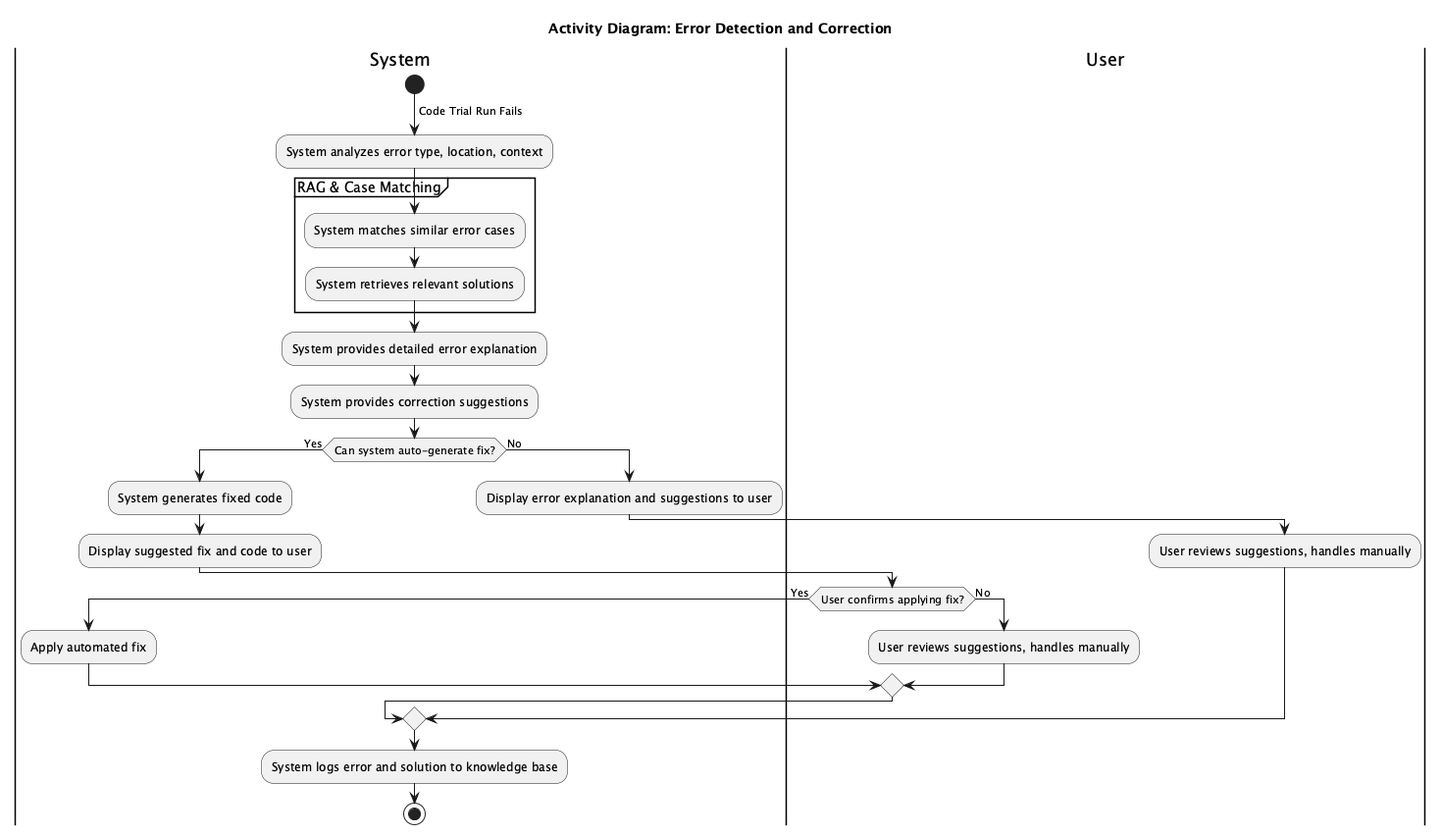
stepbystepcode/CodeWay keeps this PlantUML diagram as latex/UML/Activity/Error-Detection-and-Correction.png. Above is the earlier version.
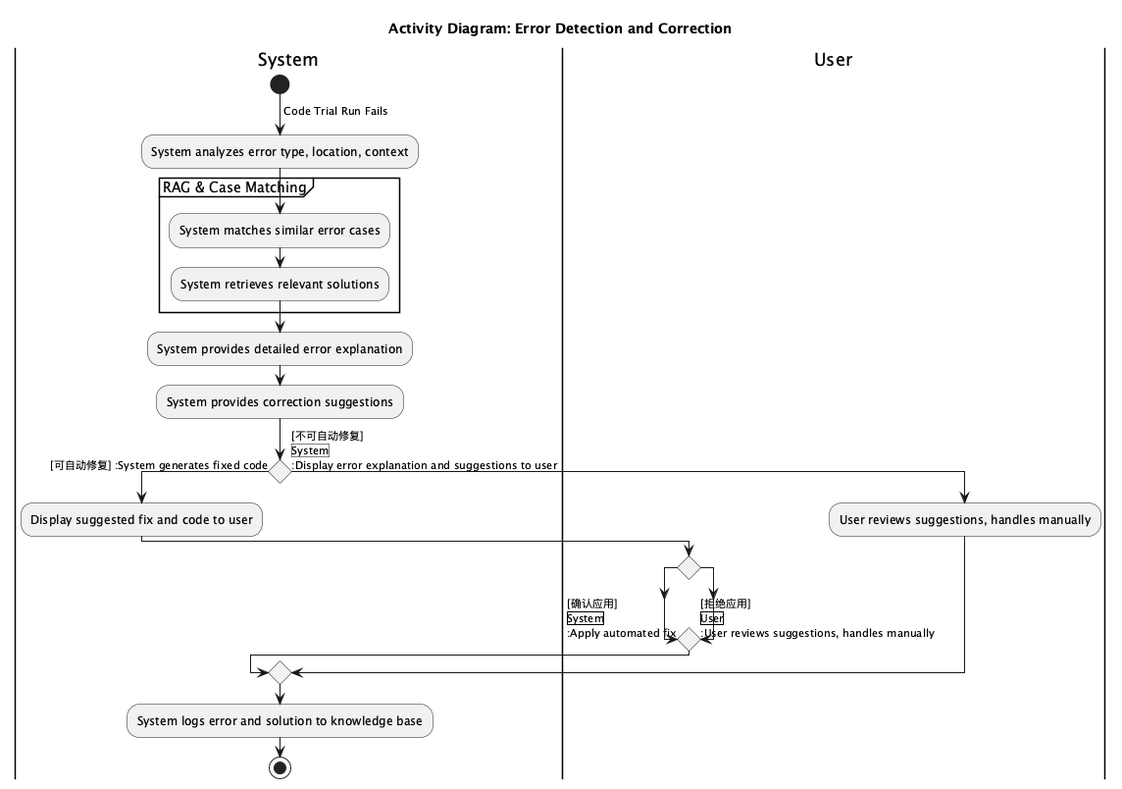
Later version of the same file.

Diff of the diagram source:
```diff
@@ -11,22 +11,22 @@
 }
 :System provides detailed error explanation;
 :System provides correction suggestions;
-if (Can system auto-generate fix?) then (Yes)
-  :System generates fixed code;
+if () then
+  ->[可自动修复] :System generates fixed code;
   :Display suggested fix and code to user;
 
   |User|
-  if (User confirms applying fix?) then (Yes)
-
+  if () then
+    ->[确认应用]
     |System|
     :Apply automated fix;
-  else (No)
-
+  else
+    ->[拒绝应用]
     |User|
     :User reviews suggestions, handles manually;
   endif
-else (No)
-
+else
+  ->[不可自动修复]
   |System|
   :Display error explanation and suggestions to user;
 
```
